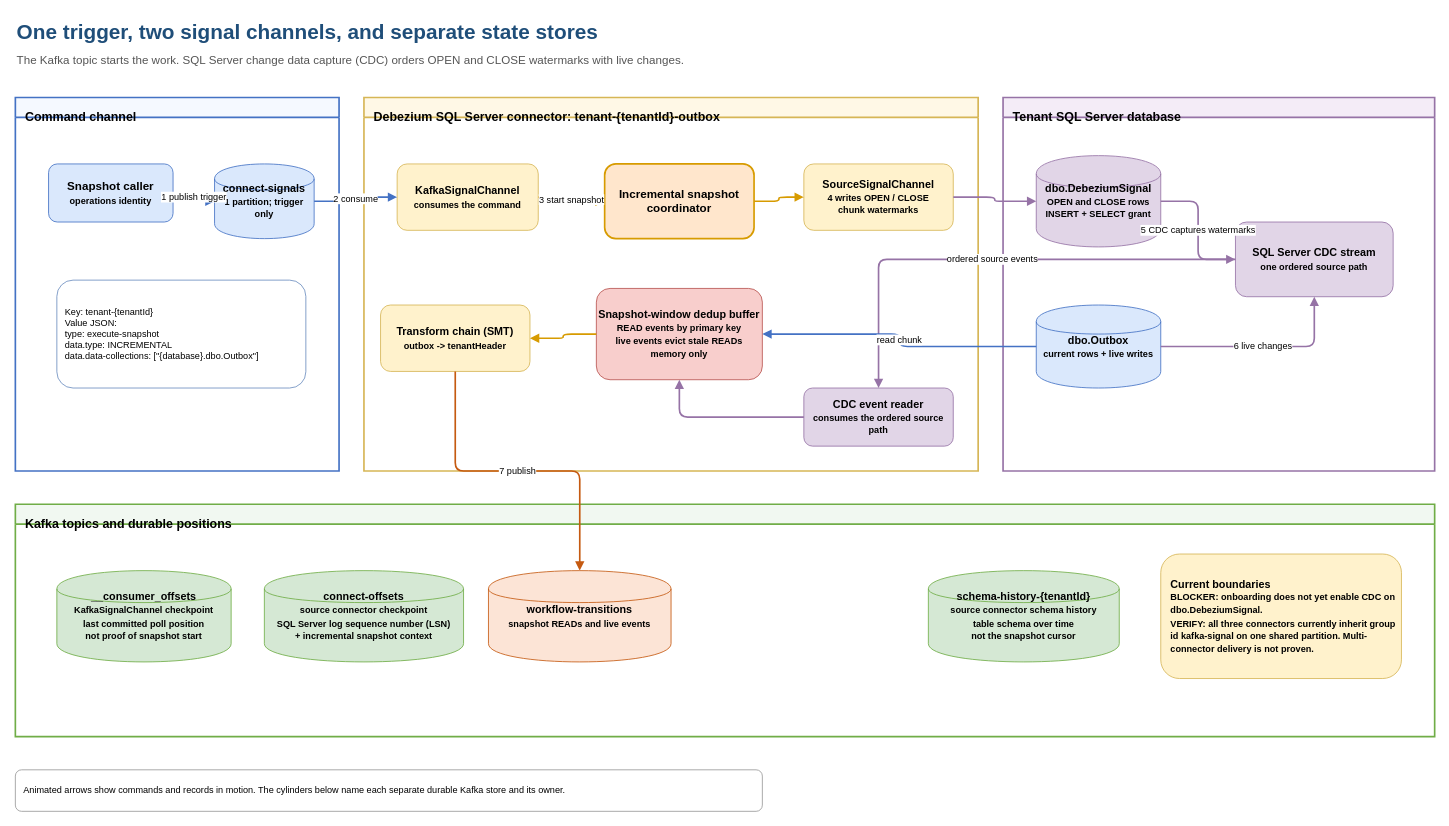
This is docs/diagrams/incremental-snapshot-channels.drawio from collaborationwithothers/cdc-platform-azure, a draw.io file, before an edit. Source tidied: cells renumbered, new cells numbered last; positions are measured from the earlier drawing's top-left corner, leaving out a move shared by most shapes. Both pictures are drawn from the tidied source at 83%, with x=0, y=0 at pixel (15, 14).
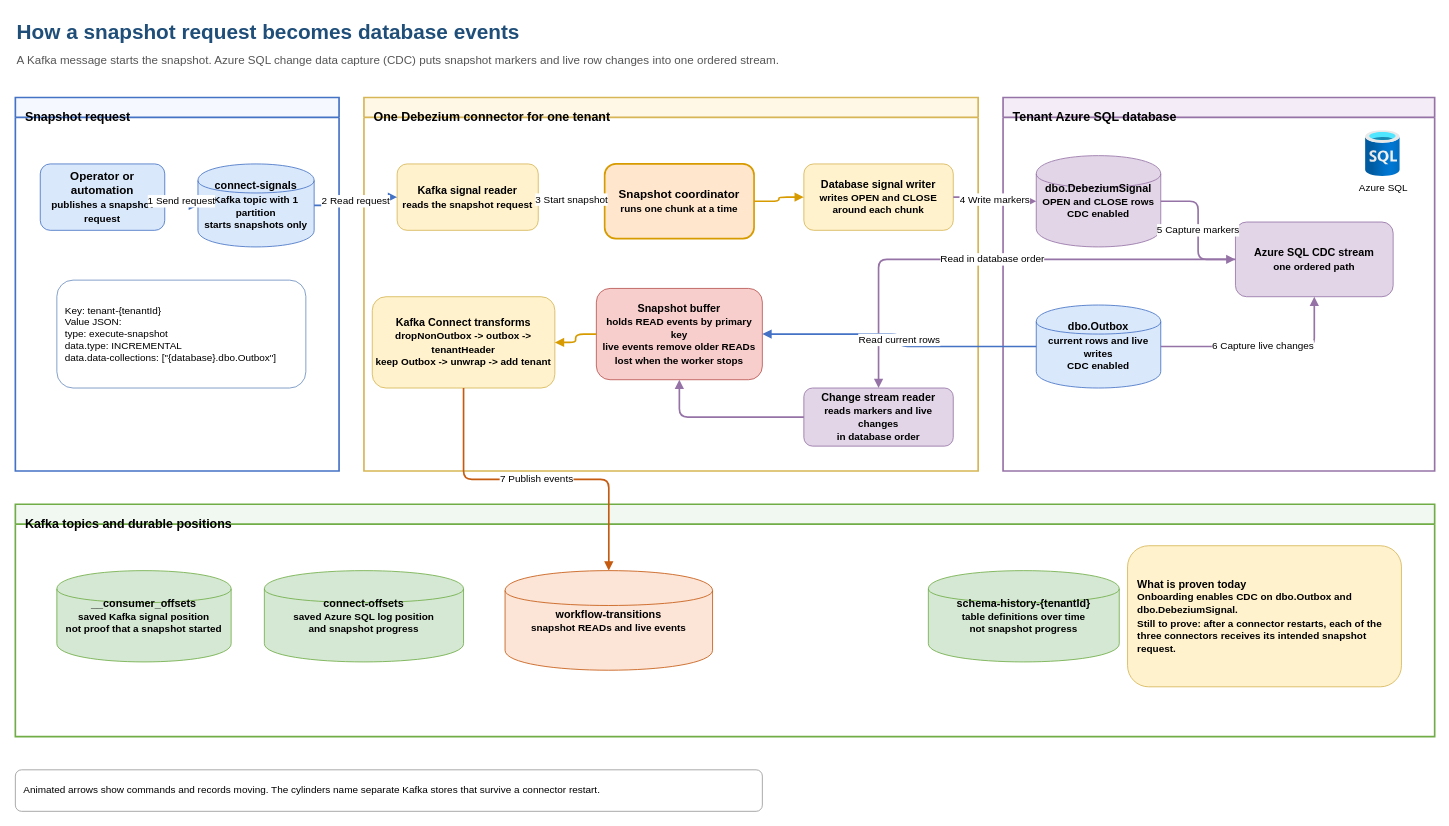
The same page after the edit.

Commit message (it also covers changes not shown here):
docs: clarify incremental snapshot diagrams (#68)

The change refers to these unchanged cells:
```xml
<mxCell id="19" value="Kafka topics and durable positions" style="swimlane;startSize=24;whiteSpace=wrap;html=1;fillColor=#f1f8f1;strokeColor=#70ad47;strokeWidth=2;verticalAlign=top;align=left;spacingLeft=10;spacingTop=8;fontSize=15;fontStyle=1;" parent="1" vertex="1">
  <mxGeometry y="590" width="1710" height="280" as="geometry" />
</mxCell>
```

The edit, as a diff of the source:
```diff
@@
-    <mxCell id="2" value="One trigger, two signal channels, and separate state stores" style="text;html=1;align=left;verticalAlign=middle;fontSize=25;fontStyle=1;fontColor=#1f4e79;" parent="1" vertex="1">
+    <mxCell id="2" value="How a snapshot request becomes database events" style="text;html=1;align=left;verticalAlign=middle;fontSize=25;fontStyle=1;fontColor=#1f4e79;" parent="1" vertex="1">
       <mxGeometry width="1200" height="40" as="geometry" />
     </mxCell>
-    <mxCell id="3" value="The Kafka topic starts the work. SQL Server change data capture (CDC) orders OPEN and CLOSE watermarks with live changes." style="text;html=1;align=left;verticalAlign=middle;fontSize=14;fontColor=#555555;" parent="1" vertex="1">
+    <mxCell id="3" value="A Kafka message starts the snapshot. Azure SQL change data capture (CDC) puts snapshot markers and live row changes into one ordered stream." style="text;html=1;align=left;verticalAlign=middle;fontSize=14;fontColor=#555555;" parent="1" vertex="1">
       <mxGeometry y="40" width="1300" height="30" as="geometry" />
     </mxCell>
-    <mxCell id="4" value="Command channel" style="swimlane;startSize=24;whiteSpace=wrap;html=1;fillColor=#f5f9ff;strokeColor=#4472c4;strokeWidth=2;verticalAlign=top;align=left;spacingLeft=10;spacingTop=8;fontSize=15;fontStyle=1;" parent="1" vertex="1">
+    <mxCell id="4" value="Snapshot request" style="swimlane;startSize=24;whiteSpace=wrap;html=1;fillColor=#f5f9ff;strokeColor=#4472c4;strokeWidth=2;verticalAlign=top;align=left;spacingLeft=10;spacingTop=8;fontSize=15;fontStyle=1;" parent="1" vertex="1">
       <mxGeometry y="100" width="390" height="450" as="geometry" />
     </mxCell>
-    <mxCell id="5" value="Debezium SQL Server connector: tenant-{tenantId}-outbox" style="swimlane;startSize=24;whiteSpace=wrap;html=1;fillColor=#fff8e6;strokeColor=#d6b656;strokeWidth=2;verticalAlign=top;align=left;spacingLeft=10;spacingTop=8;fontSize=15;fontStyle=1;" parent="1" vertex="1">
+    <mxCell id="5" value="One Debezium connector for one tenant" style="swimlane;startSize=24;whiteSpace=wrap;html=1;fillColor=#fff8e6;strokeColor=#d6b656;strokeWidth=2;verticalAlign=top;align=left;spacingLeft=10;spacingTop=8;fontSize=15;fontStyle=1;" parent="1" vertex="1">
       <mxGeometry x="420" y="100" width="740" height="450" as="geometry" />
     </mxCell>
-    <mxCell id="6" value="Tenant SQL Server database" style="swimlane;startSize=24;whiteSpace=wrap;html=1;fillColor=#f4ecf7;strokeColor=#9673a6;strokeWidth=2;verticalAlign=top;align=left;spacingLeft=10;spacingTop=8;fontSize=15;fontStyle=1;" parent="1" vertex="1">
+    <mxCell id="6" value="Tenant Azure SQL database" style="swimlane;startSize=24;whiteSpace=wrap;html=1;fillColor=#f4ecf7;strokeColor=#9673a6;strokeWidth=2;verticalAlign=top;align=left;spacingLeft=10;spacingTop=8;fontSize=15;fontStyle=1;" parent="1" vertex="1">
       <mxGeometry x="1190" y="100" width="520" height="450" as="geometry" />
     </mxCell>
-    <mxCell id="7" value="Snapshot caller&lt;br&gt;&lt;font style=&quot;font-size:11px&quot;&gt;operations identity&lt;/font&gt;" style="rounded=1;whiteSpace=wrap;html=1;fillColor=#dae8fc;strokeColor=#4472c4;fontSize=14;fontStyle=1;" parent="4" vertex="1">
-      <mxGeometry x="40" y="80" width="150" height="70" as="geometry" />
+    <mxCell id="7" value="Operator or automation&lt;br&gt;&lt;font style=&quot;font-size:12px&quot;&gt;publishes a snapshot request&lt;/font&gt;" style="rounded=1;whiteSpace=wrap;html=1;fillColor=#dae8fc;strokeColor=#4472c4;fontSize=14;fontStyle=1;" parent="4" vertex="1">
+      <mxGeometry x="30" y="80" width="150" height="80" as="geometry" />
     </mxCell>
-    <mxCell id="8" value="connect-signals&lt;br&gt;&lt;font style=&quot;font-size:11px&quot;&gt;1 partition; trigger only&lt;/font&gt;" style="shape=cylinder;whiteSpace=wrap;html=1;fillColor=#dae8fc;strokeColor=#4472c4;fontSize=13;fontStyle=1;" parent="4" vertex="1">
-      <mxGeometry x="240" y="80" width="120" height="90" as="geometry" />
+    <mxCell id="8" value="connect-signals&lt;br&gt;&lt;font style=&quot;font-size:12px&quot;&gt;Kafka topic with 1 partition&lt;br&gt;starts snapshots only&lt;/font&gt;" style="shape=cylinder;whiteSpace=wrap;html=1;fillColor=#dae8fc;strokeColor=#4472c4;fontSize=13;fontStyle=1;" parent="4" vertex="1">
+      <mxGeometry x="220" y="80" width="140" height="100" as="geometry" />
     </mxCell>
-    <mxCell id="9" value="Key: tenant-{tenantId}&lt;br&gt;Value JSON:&lt;br&gt;type: execute-snapshot&lt;br&gt;data.type: INCREMENTAL&lt;br&gt;data.data-collections: [&amp;quot;{database}.dbo.Outbox&amp;quot;]" style="rounded=1;whiteSpace=wrap;html=1;fillColor=#ffffff;strokeColor=#6c8ebf;fontSize=11;align=left;spacingLeft=8;" parent="4" vertex="1">
+    <mxCell id="9" value="Key: tenant-{tenantId}&lt;br&gt;Value JSON:&lt;br&gt;type: execute-snapshot&lt;br&gt;data.type: INCREMENTAL&lt;br&gt;data.data-collections: [&quot;{database}.dbo.Outbox&quot;]" style="rounded=1;whiteSpace=wrap;html=1;fillColor=#ffffff;strokeColor=#6c8ebf;fontSize=12;align=left;spacingLeft=8;" parent="4" vertex="1">
       <mxGeometry x="50" y="220" width="300" height="130" as="geometry" />
     </mxCell>
-    <mxCell id="10" value="KafkaSignalChannel&lt;br&gt;&lt;font style=&quot;font-size:11px&quot;&gt;consumes the command&lt;/font&gt;" style="rounded=1;whiteSpace=wrap;html=1;fillColor=#fff2cc;strokeColor=#d6b656;fontSize=13;fontStyle=1;" parent="5" vertex="1">
+    <mxCell id="10" value="Kafka signal reader&lt;br&gt;&lt;font style=&quot;font-size:12px&quot;&gt;reads the snapshot request&lt;/font&gt;" style="rounded=1;whiteSpace=wrap;html=1;fillColor=#fff2cc;strokeColor=#d6b656;fontSize=13;fontStyle=1;" parent="5" vertex="1">
       <mxGeometry x="40" y="80" width="170" height="80" as="geometry" />
     </mxCell>
-    <mxCell id="11" value="Incremental snapshot&lt;br&gt;coordinator" style="rounded=1;whiteSpace=wrap;html=1;fillColor=#ffe6cc;strokeColor=#d79b00;strokeWidth=2;fontSize=14;fontStyle=1;" parent="5" vertex="1">
+    <mxCell id="11" value="Snapshot coordinator&lt;br&gt;&lt;font style=&quot;font-size:12px&quot;&gt;runs one chunk at a time&lt;/font&gt;" style="rounded=1;whiteSpace=wrap;html=1;fillColor=#ffe6cc;strokeColor=#d79b00;strokeWidth=2;fontSize=14;fontStyle=1;" parent="5" vertex="1">
       <mxGeometry x="290" y="80" width="180" height="90" as="geometry" />
     </mxCell>
-    <mxCell id="12" value="SourceSignalChannel&lt;br&gt;&lt;font style=&quot;font-size:11px&quot;&gt;4 writes OPEN / CLOSE&lt;br&gt;chunk watermarks&lt;/font&gt;" style="rounded=1;whiteSpace=wrap;html=1;fillColor=#fff2cc;strokeColor=#d6b656;fontSize=13;fontStyle=1;" parent="5" vertex="1">
+    <mxCell id="12" value="Database signal writer&lt;br&gt;&lt;font style=&quot;font-size:12px&quot;&gt;writes OPEN and CLOSE&lt;br&gt;around each chunk&lt;/font&gt;" style="rounded=1;whiteSpace=wrap;html=1;fillColor=#fff2cc;strokeColor=#d6b656;fontSize=13;fontStyle=1;" parent="5" vertex="1">
       <mxGeometry x="530" y="80" width="180" height="80" as="geometry" />
     </mxCell>
-    <mxCell id="13" value="Snapshot-window dedup buffer&lt;br&gt;&lt;font style=&quot;font-size:11px&quot;&gt;READ events by primary key&lt;br&gt;live events evict stale READs&lt;br&gt;memory only&lt;/font&gt;" style="rounded=1;whiteSpace=wrap;html=1;fillColor=#f8cecc;strokeColor=#b85450;fontSize=13;fontStyle=1;" parent="5" vertex="1">
+    <mxCell id="13" value="Snapshot buffer&lt;br&gt;&lt;font style=&quot;font-size:12px&quot;&gt;holds READ events by primary key&lt;br&gt;live events remove older READs&lt;br&gt;lost when the worker stops&lt;/font&gt;" style="rounded=1;whiteSpace=wrap;html=1;fillColor=#f8cecc;strokeColor=#b85450;fontSize=13;fontStyle=1;" parent="5" vertex="1">
       <mxGeometry x="280" y="230" width="200" height="110" as="geometry" />
     </mxCell>
-    <mxCell id="14" value="Transform chain (SMT)&lt;br&gt;&lt;font style=&quot;font-size:11px&quot;&gt;outbox -&gt; tenantHeader&lt;/font&gt;" style="rounded=1;whiteSpace=wrap;html=1;fillColor=#fff2cc;strokeColor=#d6b656;fontSize=13;fontStyle=1;" parent="5" vertex="1">
-      <mxGeometry x="20" y="250" width="180" height="80" as="geometry" />
+    <mxCell id="14" value="Kafka Connect transforms&lt;br&gt;&lt;font style=&quot;font-size:12px&quot;&gt;dropNonOutbox -&gt; outbox -&gt; tenantHeader&lt;br&gt;keep Outbox -&gt; unwrap -&gt; add tenant&lt;/font&gt;" style="rounded=1;whiteSpace=wrap;html=1;fillColor=#fff2cc;strokeColor=#d6b656;fontSize=13;fontStyle=1;" parent="5" vertex="1">
+      <mxGeometry x="10" y="240" width="220" height="110" as="geometry" />
     </mxCell>
-    <mxCell id="15" value="CDC event reader&lt;br&gt;&lt;font style=&quot;font-size:11px&quot;&gt;consumes the ordered source path&lt;/font&gt;" style="rounded=1;whiteSpace=wrap;html=1;fillColor=#e1d5e7;strokeColor=#9673a6;fontSize=13;fontStyle=1;" parent="5" vertex="1">
+    <mxCell id="15" value="Change stream reader&lt;br&gt;&lt;font style=&quot;font-size:12px&quot;&gt;reads markers and live changes&lt;br&gt;in database order&lt;/font&gt;" style="rounded=1;whiteSpace=wrap;html=1;fillColor=#e1d5e7;strokeColor=#9673a6;fontSize=13;fontStyle=1;" parent="5" vertex="1">
       <mxGeometry x="530" y="350" width="180" height="70" as="geometry" />
     </mxCell>
-    <mxCell id="16" value="dbo.DebeziumSignal&lt;br&gt;&lt;font style=&quot;font-size:11px&quot;&gt;OPEN and CLOSE rows&lt;br&gt;INSERT + SELECT grant&lt;/font&gt;" style="shape=cylinder;whiteSpace=wrap;html=1;fillColor=#e1d5e7;strokeColor=#9673a6;fontSize=13;fontStyle=1;" parent="6" vertex="1">
+    <mxCell id="16" value="dbo.DebeziumSignal&lt;br&gt;&lt;font style=&quot;font-size:12px&quot;&gt;OPEN and CLOSE rows&lt;br&gt;CDC enabled&lt;/font&gt;" style="shape=cylinder;whiteSpace=wrap;html=1;fillColor=#e1d5e7;strokeColor=#9673a6;fontSize=13;fontStyle=1;" parent="6" vertex="1">
       <mxGeometry x="40" y="70" width="150" height="110" as="geometry" />
     </mxCell>
-    <mxCell id="17" value="dbo.Outbox&lt;br&gt;&lt;font style=&quot;font-size:11px&quot;&gt;current rows + live writes&lt;/font&gt;" style="shape=cylinder;whiteSpace=wrap;html=1;fillColor=#dae8fc;strokeColor=#4472c4;fontSize=13;fontStyle=1;" parent="6" vertex="1">
+    <mxCell id="17" value="dbo.Outbox&lt;br&gt;&lt;font style=&quot;font-size:12px&quot;&gt;current rows and live writes&lt;br&gt;CDC enabled&lt;/font&gt;" style="shape=cylinder;whiteSpace=wrap;html=1;fillColor=#dae8fc;strokeColor=#4472c4;fontSize=13;fontStyle=1;" parent="6" vertex="1">
       <mxGeometry x="40" y="250" width="150" height="100" as="geometry" />
     </mxCell>
-    <mxCell id="18" value="SQL Server CDC stream&lt;br&gt;&lt;font style=&quot;font-size:11px&quot;&gt;one ordered source path&lt;/font&gt;" style="rounded=1;whiteSpace=wrap;html=1;fillColor=#e1d5e7;strokeColor=#9673a6;fontSize=13;fontStyle=1;" parent="6" vertex="1">
+    <mxCell id="18" value="Azure SQL CDC stream&lt;br&gt;&lt;font style=&quot;font-size:12px&quot;&gt;one ordered path&lt;/font&gt;" style="rounded=1;whiteSpace=wrap;html=1;fillColor=#e1d5e7;strokeColor=#9673a6;fontSize=13;fontStyle=1;" parent="6" vertex="1">
       <mxGeometry x="280" y="150" width="190" height="90" as="geometry" />
     </mxCell>
@@
-    <mxCell id="20" value="__consumer_offsets&lt;br&gt;&lt;font style=&quot;font-size:11px&quot;&gt;KafkaSignalChannel checkpoint&lt;br&gt;last committed poll position&lt;br&gt;not proof of snapshot start&lt;/font&gt;" style="shape=cylinder;whiteSpace=wrap;html=1;fillColor=#d5e8d4;strokeColor=#70ad47;fontSize=13;fontStyle=1;" parent="19" vertex="1">
+    <mxCell id="20" value="__consumer_offsets&lt;br&gt;&lt;font style=&quot;font-size:12px&quot;&gt;saved Kafka signal position&lt;br&gt;not proof that a snapshot started&lt;/font&gt;" style="shape=cylinder;whiteSpace=wrap;html=1;fillColor=#d5e8d4;strokeColor=#70ad47;fontSize=13;fontStyle=1;" parent="19" vertex="1">
       <mxGeometry x="50" y="80" width="210" height="110" as="geometry" />
     </mxCell>
-    <mxCell id="21" value="connect-offsets&lt;br&gt;&lt;font style=&quot;font-size:11px&quot;&gt;source connector checkpoint&lt;br&gt;SQL Server log sequence number (LSN)&lt;br&gt;+ incremental snapshot context&lt;/font&gt;" style="shape=cylinder;whiteSpace=wrap;html=1;fillColor=#d5e8d4;strokeColor=#70ad47;fontSize=13;fontStyle=1;" parent="19" vertex="1">
+    <mxCell id="21" value="connect-offsets&lt;br&gt;&lt;font style=&quot;font-size:12px&quot;&gt;saved Azure SQL log position&lt;br&gt;and snapshot progress&lt;/font&gt;" style="shape=cylinder;whiteSpace=wrap;html=1;fillColor=#d5e8d4;strokeColor=#70ad47;fontSize=13;fontStyle=1;" parent="19" vertex="1">
       <mxGeometry x="300" y="80" width="240" height="110" as="geometry" />
     </mxCell>
-    <mxCell id="22" value="schema-history-{tenantId}&lt;br&gt;&lt;font style=&quot;font-size:11px&quot;&gt;source connector schema history&lt;br&gt;table schema over time&lt;br&gt;not the snapshot cursor&lt;/font&gt;" style="shape=cylinder;whiteSpace=wrap;html=1;fillColor=#d5e8d4;strokeColor=#70ad47;fontSize=13;fontStyle=1;" parent="19" vertex="1">
+    <mxCell id="22" value="schema-history-{tenantId}&lt;br&gt;&lt;font style=&quot;font-size:12px&quot;&gt;table definitions over time&lt;br&gt;not snapshot progress&lt;/font&gt;" style="shape=cylinder;whiteSpace=wrap;html=1;fillColor=#d5e8d4;strokeColor=#70ad47;fontSize=13;fontStyle=1;" parent="19" vertex="1">
       <mxGeometry x="1100" y="80" width="230" height="110" as="geometry" />
     </mxCell>
-    <mxCell id="23" value="workflow-transitions&lt;br&gt;&lt;font style=&quot;font-size:11px&quot;&gt;snapshot READs and live events&lt;/font&gt;" style="shape=cylinder;whiteSpace=wrap;html=1;fillColor=#fce4d6;strokeColor=#c55a11;fontSize=13;fontStyle=1;" parent="19" vertex="1">
-      <mxGeometry x="570" y="80" width="220" height="110" as="geometry" />
+    <mxCell id="23" value="workflow-transitions&lt;br&gt;&lt;font style=&quot;font-size:12px&quot;&gt;snapshot READs and live events&lt;/font&gt;" style="shape=cylinder;whiteSpace=wrap;html=1;fillColor=#fce4d6;strokeColor=#c55a11;fontSize=13;fontStyle=1;" parent="19" vertex="1">
+      <mxGeometry x="590" y="80" width="250" height="120" as="geometry" />
     </mxCell>
-    <mxCell id="24" value="Current boundaries&lt;br&gt;&lt;font style=&quot;font-size:11px&quot;&gt;BLOCKER: onboarding does not yet enable CDC on dbo.DebeziumSignal.&lt;br&gt;VERIFY: all three connectors currently inherit group id kafka-signal on one shared partition. Multi-connector delivery is not proven.&lt;/font&gt;" style="rounded=1;whiteSpace=wrap;html=1;fillColor=#fff2cc;strokeColor=#d6b656;fontSize=13;fontStyle=1;align=left;spacingLeft=10;" parent="19" vertex="1">
-      <mxGeometry x="1380" y="60" width="290" height="150" as="geometry" />
+    <mxCell id="24" value="What is proven today&lt;br&gt;&lt;font style=&quot;font-size:12px&quot;&gt;Onboarding enables CDC on dbo.Outbox and dbo.DebeziumSignal.&lt;br&gt;Still to prove: after a connector restarts, each of the three connectors receives its intended snapshot request.&lt;/font&gt;" style="rounded=1;whiteSpace=wrap;html=1;fillColor=#fff2cc;strokeColor=#d6b656;fontSize=13;fontStyle=1;align=left;spacingLeft=10;" parent="19" vertex="1">
+      <mxGeometry x="1340" y="50" width="330" height="170" as="geometry" />
     </mxCell>
-    <mxCell id="25" value="1  publish trigger" style="edgeStyle=orthogonalEdgeStyle;rounded=1;jettySize=auto;html=1;strokeColor=#4472c4;strokeWidth=2;endArrow=block;flowAnimation=1;fontSize=11;" parent="1" edge="1" source="7" target="8">
+    <mxCell id="25" value="1  Send request" style="edgeStyle=orthogonalEdgeStyle;rounded=1;jettySize=auto;html=1;strokeColor=#4472c4;strokeWidth=2;endArrow=block;flowAnimation=1;fontSize=12;" parent="1" edge="1" source="7" target="8">
       <mxGeometry relative="1" as="geometry" />
     </mxCell>
-    <mxCell id="26" value="2  consume" style="edgeStyle=orthogonalEdgeStyle;rounded=1;jettySize=auto;html=1;strokeColor=#4472c4;strokeWidth=2;endArrow=block;flowAnimation=1;fontSize=11;" parent="1" edge="1" source="8" target="10">
+    <mxCell id="26" value="2  Read request" style="edgeStyle=orthogonalEdgeStyle;rounded=1;jettySize=auto;html=1;strokeColor=#4472c4;strokeWidth=2;endArrow=block;flowAnimation=1;fontSize=12;" parent="1" edge="1" source="8" target="10">
       <mxGeometry relative="1" as="geometry" />
     </mxCell>
-    <mxCell id="27" value="3  start snapshot" style="edgeStyle=orthogonalEdgeStyle;rounded=1;jettySize=auto;html=1;strokeColor=#d79b00;strokeWidth=2;endArrow=block;flowAnimation=1;fontSize=11;" parent="1" edge="1" source="10" target="11">
+    <mxCell id="27" value="3  Start snapshot" style="edgeStyle=orthogonalEdgeStyle;rounded=1;jettySize=auto;html=1;strokeColor=#d79b00;strokeWidth=2;endArrow=block;flowAnimation=1;fontSize=12;" parent="1" edge="1" source="10" target="11">
       <mxGeometry relative="1" as="geometry" />
     </mxCell>
-    <mxCell id="28" style="edgeStyle=orthogonalEdgeStyle;rounded=1;jettySize=auto;html=1;strokeColor=#9673a6;strokeWidth=2;endArrow=block;flowAnimation=1;fontSize=11;" parent="1" edge="1" source="12" target="16">
+    <mxCell id="28" value="4  Write markers" style="edgeStyle=orthogonalEdgeStyle;rounded=1;jettySize=auto;html=1;strokeColor=#9673a6;strokeWidth=2;endArrow=block;flowAnimation=1;fontSize=12;" parent="1" edge="1" source="12" target="16">
       <mxGeometry relative="1" as="geometry" />
     </mxCell>
@@
-    <mxCell id="30" value="5  CDC captures watermarks" style="edgeStyle=orthogonalEdgeStyle;rounded=1;jettySize=auto;html=1;strokeColor=#9673a6;strokeWidth=2;endArrow=block;flowAnimation=1;fontSize=11;" parent="1" edge="1" source="16" target="18">
+    <mxCell id="30" value="5  Capture markers" style="edgeStyle=orthogonalEdgeStyle;rounded=1;jettySize=auto;html=1;strokeColor=#9673a6;strokeWidth=2;endArrow=block;flowAnimation=1;fontSize=12;" parent="1" edge="1" source="16" target="18">
       <mxGeometry relative="1" as="geometry" />
     </mxCell>
-    <mxCell id="31" value="6  live changes" style="edgeStyle=orthogonalEdgeStyle;rounded=1;jettySize=auto;html=1;strokeColor=#9673a6;strokeWidth=2;endArrow=block;flowAnimation=1;fontSize=11;" parent="1" edge="1" source="17" target="18">
+    <mxCell id="31" value="6  Capture live changes" style="edgeStyle=orthogonalEdgeStyle;rounded=1;jettySize=auto;html=1;strokeColor=#9673a6;strokeWidth=2;endArrow=block;flowAnimation=1;fontSize=12;" parent="1" edge="1" source="17" target="18">
       <mxGeometry relative="1" as="geometry" />
     </mxCell>
-    <mxCell id="32" value="ordered source events" style="edgeStyle=orthogonalEdgeStyle;rounded=1;jettySize=auto;html=1;strokeColor=#9673a6;strokeWidth=2;endArrow=block;flowAnimation=1;fontSize=11;" parent="1" edge="1" source="18" target="15">
+    <mxCell id="32" value="Read in database order" style="edgeStyle=orthogonalEdgeStyle;rounded=1;jettySize=auto;html=1;strokeColor=#9673a6;strokeWidth=2;endArrow=block;flowAnimation=1;fontSize=12;" parent="1" edge="1" source="18" target="15">
       <mxGeometry relative="1" as="geometry" />
     </mxCell>
@@
-    <mxCell id="34" value="read chunk" style="edgeStyle=orthogonalEdgeStyle;rounded=1;jettySize=auto;html=1;strokeColor=#4472c4;strokeWidth=2;endArrow=block;fontSize=11;" parent="1" edge="1" source="17" target="13">
+    <mxCell id="34" value="Read current rows" style="edgeStyle=orthogonalEdgeStyle;rounded=1;jettySize=auto;html=1;strokeColor=#4472c4;strokeWidth=2;endArrow=block;fontSize=12;" parent="1" edge="1" source="17" target="13">
       <mxGeometry relative="1" as="geometry" />
     </mxCell>
-    <mxCell id="35" style="edgeStyle=orthogonalEdgeStyle;rounded=1;jettySize=auto;html=1;strokeColor=#d79b00;strokeWidth=2;endArrow=block;fontSize=11;" parent="1" edge="1" source="13" target="14">
+    <mxCell id="35" style="edgeStyle=orthogonalEdgeStyle;rounded=1;jettySize=auto;html=1;strokeColor=#d79b00;strokeWidth=2;endArrow=block;fontSize=12;" parent="1" edge="1" source="13" target="14">
       <mxGeometry relative="1" as="geometry" />
     </mxCell>
-    <mxCell id="36" value="7  publish" style="edgeStyle=orthogonalEdgeStyle;rounded=1;jettySize=auto;html=1;strokeColor=#c55a11;strokeWidth=2;endArrow=block;flowAnimation=1;fontSize=11;" parent="1" edge="1" source="14" target="23">
+    <mxCell id="36" value="7  Publish events" style="edgeStyle=orthogonalEdgeStyle;rounded=1;jettySize=auto;html=1;strokeColor=#c55a11;strokeWidth=2;endArrow=block;flowAnimation=1;fontSize=12;" parent="1" edge="1" source="14" target="23">
       <mxGeometry relative="1" as="geometry" />
     </mxCell>
-    <mxCell id="37" value="Animated arrows show commands and records in motion. The cylinders below name each separate durable Kafka store and its owner." style="rounded=1;whiteSpace=wrap;html=1;fillColor=#ffffff;strokeColor=#999999;fontSize=11;align=left;spacingLeft=8;" parent="1" vertex="1">
+    <mxCell id="37" value="Animated arrows show commands and records moving. The cylinders name separate Kafka stores that survive a connector restart." style="rounded=1;whiteSpace=wrap;html=1;fillColor=#ffffff;strokeColor=#999999;fontSize=12;align=left;spacingLeft=8;" parent="1" vertex="1">
       <mxGeometry y="910" width="900" height="50" as="geometry" />
     </mxCell>
+    <mxCell id="38" value="Azure SQL" style="shape=image;html=1;verticalLabelPosition=bottom;verticalAlign=top;align=center;fontSize=12;image=img/lib/azure2/databases/SQL_Database.svg;" parent="6" vertex="1">
+      <mxGeometry x="430" y="40" width="55" height="55" as="geometry" />
+    </mxCell>
```
